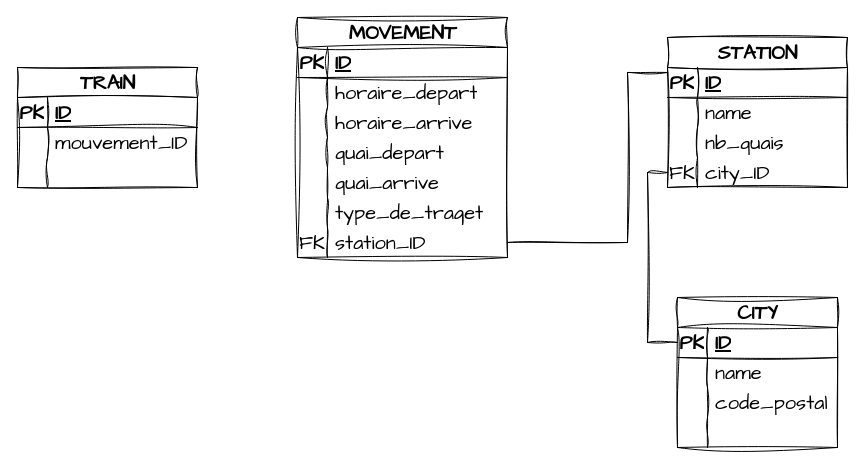
Earlier version of the draw.io diagram taintest.drawio (vsilvanska/examen-info-2023). Source tidied: cells renumbered, new cells numbered last; positions are measured from the earlier drawing's top-left corner, leaving out a move shared by most shapes. Both pictures are drawn from the tidied source at 100%, with x=0, y=0 at pixel (17, 17).
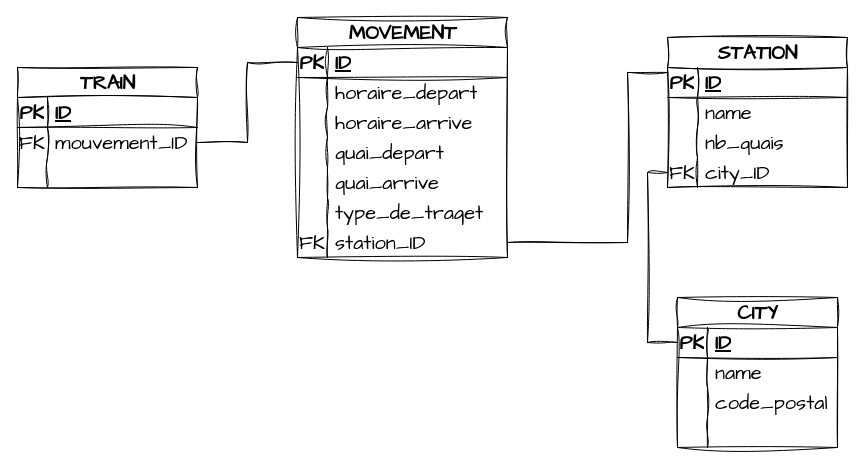
Above is the later version.

Commit message:
Mettre à jour taintest.drawio

The change refers to these unchanged cells:
```xml
<mxCell id="16" style="shape=tableRow;horizontal=0;startSize=0;swimlaneHead=0;swimlaneBody=0;fillColor=none;points=[[0,0.5],[1,0.5]];portConstraint=eastwest;top=0;left=0;right=0;bottom=1;sketch=1;hachureGap=4;jiggle=2;curveFitting=1;fontFamily=Architects Daughter;fontSize=20;" parent="15" vertex="1">
  <mxGeometry y="30" width="210" height="30" as="geometry" />
</mxCell>
<mxCell id="43" style="shape=tableRow;horizontal=0;startSize=0;swimlaneHead=0;swimlaneBody=0;fillColor=none;points=[[0,0.5],[1,0.5]];portConstraint=eastwest;top=0;left=0;right=0;bottom=0;sketch=1;hachureGap=4;jiggle=2;curveFitting=1;fontFamily=Architects Daughter;fontSize=20;" parent="39" vertex="1">
  <mxGeometry y="60" width="180" height="30" as="geometry" />
</mxCell>
```

What changed in the source:
```diff
@@
-    <mxCell id="44" style="shape=partialRectangle;fillColor=none;top=0;left=0;bottom=0;right=0;overflow=hidden;whiteSpace=wrap;html=1;sketch=1;hachureGap=4;jiggle=2;curveFitting=1;fontFamily=Architects Daughter;fontSize=20;" parent="43" vertex="1">
+    <mxCell id="44" value="FK" style="shape=partialRectangle;fillColor=none;top=0;left=0;bottom=0;right=0;overflow=hidden;whiteSpace=wrap;html=1;sketch=1;hachureGap=4;jiggle=2;curveFitting=1;fontFamily=Architects Daughter;fontSize=20;" parent="43" vertex="1">
       <mxGeometry width="30" height="30" as="geometry" />
     </mxCell>
@@
+    <mxCell id="62" style="edgeStyle=orthogonalEdgeStyle;rounded=0;sketch=1;hachureGap=4;jiggle=2;curveFitting=1;jettySize=auto;html=1;entryX=0;entryY=0.5;entryDx=0;entryDy=0;fontFamily=Architects Daughter;fontSize=16;endArrow=none;endFill=0;" parent="1" edge="1" source="43" target="16">
+      <mxGeometry relative="1" as="geometry" />
+    </mxCell>
```
